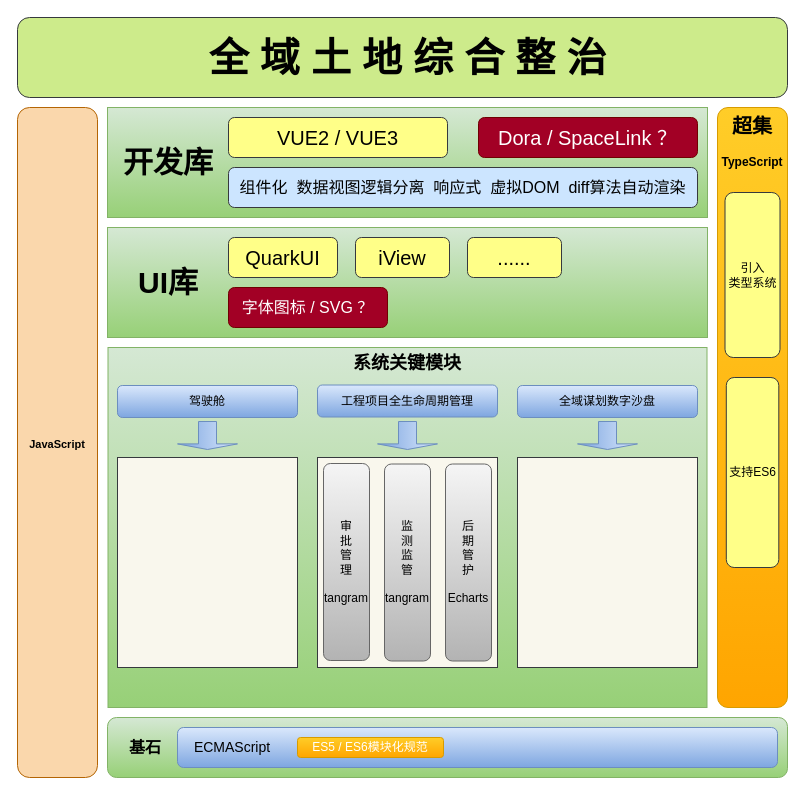
Above: page "前端架构图" (1 of 2) of 未命名绘图.drawio in wkb488/test (draw.io), before the change. Source tidied: cells renumbered, new cells numbered last; positions are measured from the earlier drawing's top-left corner, leaving out a move shared by most shapes. Both pictures are drawn from the tidied source at 100%, with x=0, y=0 at pixel (17, 17).
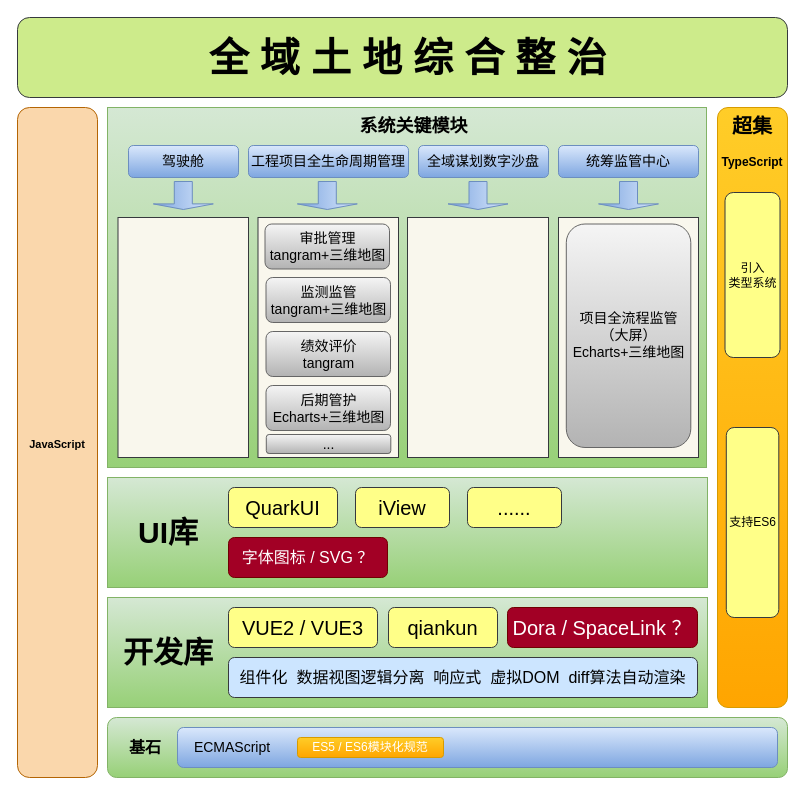
The same diagram, later.

Commit message:
更新未命名绘图.drawio

Diff of the diagram source:
```diff
@@
     <mxCell id="7" value="支持ES6" style="rounded=1;whiteSpace=wrap;html=1;fillColor=#ffff88;strokeColor=#36393d;" parent="1" vertex="1">
-      <mxGeometry x="708.8" y="360" width="52.5" height="190" as="geometry" />
+      <mxGeometry x="708.8" y="410" width="52.5" height="190" as="geometry" />
     </mxCell>
@@
     <mxCell id="14" style="group;" parent="1" vertex="1">
-      <mxGeometry x="90.5" y="330" width="599" height="360" as="geometry" />
+      <mxGeometry x="91" y="90" width="599" height="360" as="geometry" />
     </mxCell>
     <mxCell id="15" style="rounded=0;whiteSpace=wrap;html=1;fillColor=#d5e8d4;strokeColor=#82b366;gradientColor=#97d077;" parent="14" vertex="1">
-      <mxGeometry width="599" height="360" as="geometry" />
+      <mxGeometry x="-1" width="599" height="360" as="geometry" />
     </mxCell>
-    <mxCell id="16" value="&lt;h2&gt;系统关键模块&lt;/h2&gt;" style="rounded=1;whiteSpace=wrap;html=1;strokeColor=none;fillColor=none;" parent="14" vertex="1">
-      <mxGeometry x="244.5" y="0.5" width="110" height="30" as="geometry" />
+    <mxCell id="16" value="&lt;h2&gt;系统关键模块&amp;nbsp;&lt;/h2&gt;" style="rounded=1;whiteSpace=wrap;html=1;strokeColor=none;fillColor=none;" parent="14" vertex="1">
+      <mxGeometry x="133" y="4" width="350" height="30" as="geometry" />
     </mxCell>
-    <mxCell id="17" value="驾驶舱" style="rounded=1;whiteSpace=wrap;html=1;fillColor=#dae8fc;gradientColor=#7ea6e0;strokeColor=#6c8ebf;" parent="14" vertex="1">
-      <mxGeometry x="9.5" y="38" width="180" height="32" as="geometry" />
+    <mxCell id="17" value="&lt;font style=&quot;font-size: 14px;&quot;&gt;驾驶舱&lt;/font&gt;" style="rounded=1;whiteSpace=wrap;html=1;fillColor=#dae8fc;gradientColor=#7ea6e0;strokeColor=#6c8ebf;" parent="14" vertex="1">
+      <mxGeometry x="20" y="38" width="110" height="32" as="geometry" />
     </mxCell>
-    <mxCell id="18" value="工程项目全生命周期管理" style="rounded=1;whiteSpace=wrap;html=1;fillColor=#dae8fc;gradientColor=#7ea6e0;strokeColor=#6c8ebf;" parent="14" vertex="1">
-      <mxGeometry x="209.5" y="37.5" width="180" height="32" as="geometry" />
+    <mxCell id="18" value="&lt;font style=&quot;font-size: 14px;&quot;&gt;工程项目全生命周期管理&lt;/font&gt;" style="rounded=1;whiteSpace=wrap;html=1;fillColor=#dae8fc;gradientColor=#7ea6e0;strokeColor=#6c8ebf;" parent="14" vertex="1">
+      <mxGeometry x="140" y="38" width="160" height="32" as="geometry" />
     </mxCell>
-    <mxCell id="19" value="全域谋划数字沙盘" style="rounded=1;whiteSpace=wrap;html=1;fillColor=#dae8fc;gradientColor=#7ea6e0;strokeColor=#6c8ebf;" parent="14" vertex="1">
-      <mxGeometry x="409.5" y="38" width="180" height="32" as="geometry" />
+    <mxCell id="19" value="&lt;font style=&quot;font-size: 14px;&quot;&gt;全域谋划数字沙盘&lt;/font&gt;" style="rounded=1;whiteSpace=wrap;html=1;fillColor=#dae8fc;gradientColor=#7ea6e0;strokeColor=#6c8ebf;" parent="14" vertex="1">
+      <mxGeometry x="310" y="38" width="130" height="32" as="geometry" />
     </mxCell>
     <mxCell id="20" style="shape=singleArrow;direction=south;whiteSpace=wrap;html=1;fillColor=#dae8fc;gradientColor=#7ea6e0;strokeColor=#6c8ebf;" parent="14" vertex="1">
-      <mxGeometry x="69.5" y="74" width="60" height="28" as="geometry" />
+      <mxGeometry x="44.8" y="74" width="60" height="28" as="geometry" />
     </mxCell>
     <mxCell id="21" style="shape=singleArrow;direction=south;whiteSpace=wrap;html=1;fillColor=#dae8fc;gradientColor=#7ea6e0;strokeColor=#6c8ebf;" parent="14" vertex="1">
-      <mxGeometry x="269.5" y="74" width="60" height="28" as="geometry" />
+      <mxGeometry x="188.8" y="74" width="60" height="28" as="geometry" />
     </mxCell>
     <mxCell id="22" style="shape=singleArrow;direction=south;whiteSpace=wrap;html=1;fillColor=#dae8fc;gradientColor=#7ea6e0;strokeColor=#6c8ebf;" parent="14" vertex="1">
-      <mxGeometry x="469.5" y="74" width="60" height="28" as="geometry" />
+      <mxGeometry x="339.5" y="74" width="60" height="28" as="geometry" />
     </mxCell>
     <mxCell id="23" style="rounded=0;whiteSpace=wrap;html=1;fillColor=#f9f7ed;strokeColor=#36393d;" parent="14" vertex="1">
-      <mxGeometry x="9.5" y="110" width="180" height="210" as="geometry" />
+      <mxGeometry x="9.5" y="110" width="130.5" height="240" as="geometry" />
     </mxCell>
-    <mxCell id="24" style="rounded=0;whiteSpace=wrap;html=1;fillColor=#f9f7ed;strokeColor=#36393d;" parent="14" vertex="1">
-      <mxGeometry x="209.5" y="110" width="180" height="210" as="geometry" />
-    </mxCell>
     <mxCell id="25" style="rounded=0;whiteSpace=wrap;html=1;fillColor=#f9f7ed;strokeColor=#36393d;" parent="14" vertex="1">
-      <mxGeometry x="409.5" y="110" width="180" height="210" as="geometry" />
+      <mxGeometry x="299" y="110" width="141" height="240" as="geometry" />
     </mxCell>
+    <mxCell id="42" style="rounded=0;whiteSpace=wrap;html=1;fillColor=#f9f7ed;strokeColor=#36393d;" parent="14" vertex="1">
+      <mxGeometry x="149.5" y="110" width="140.5" height="240" as="geometry" />
+    </mxCell>
+    <mxCell id="43" value="&lt;font style=&quot;font-size: 14px;&quot;&gt;监测监管&lt;br&gt;tangram+三维地图&lt;/font&gt;" style="rounded=1;whiteSpace=wrap;html=1;fillColor=#f5f5f5;gradientColor=#b3b3b3;strokeColor=#666666;" parent="14" vertex="1">
+      <mxGeometry x="157.5" y="170" width="124.5" height="45" as="geometry" />
+    </mxCell>
-    <mxCell id="26" value="审&lt;br&gt;批&lt;br&gt;管&lt;br&gt;理&lt;br&gt;&lt;br&gt;tangram&lt;br&gt;" style="rounded=1;whiteSpace=wrap;html=1;fillColor=#f5f5f5;gradientColor=#b3b3b3;strokeColor=#666666;" parent="14" vertex="1">
-      <mxGeometry x="215.5" y="116" width="46" height="197" as="geometry" />
+    <mxCell id="26" value="&lt;font style=&quot;font-size: 14px;&quot;&gt;审批管理&lt;br&gt;tangram+三维地图&lt;/font&gt;" style="rounded=1;whiteSpace=wrap;html=1;fillColor=#f5f5f5;gradientColor=#b3b3b3;strokeColor=#666666;" parent="14" vertex="1">
+      <mxGeometry x="156.5" y="116.5" width="124.5" height="45" as="geometry" />
     </mxCell>
-    <mxCell id="27" value="监&lt;br&gt;测&lt;br&gt;监&lt;br&gt;管&lt;br&gt;&lt;br&gt;tangram" style="rounded=1;whiteSpace=wrap;html=1;fillColor=#f5f5f5;gradientColor=#b3b3b3;strokeColor=#666666;" parent="14" vertex="1">
-      <mxGeometry x="276.5" y="116.5" width="46" height="197" as="geometry" />
-    </mxCell>
-    <mxCell id="28" value="后&lt;br&gt;期&lt;br&gt;管&lt;br&gt;护&lt;br&gt;&lt;br&gt;Echarts&lt;br&gt;" style="rounded=1;whiteSpace=wrap;html=1;fillColor=#f5f5f5;gradientColor=#b3b3b3;strokeColor=#666666;" parent="14" vertex="1">
-      <mxGeometry x="337.5" y="116.5" width="46" height="197" as="geometry" />
-    </mxCell>
+    <mxCell id="44" value="&lt;font style=&quot;font-size: 14px;&quot;&gt;后期管护&lt;br&gt;Echarts+三维地图&lt;/font&gt;" style="rounded=1;whiteSpace=wrap;html=1;fillColor=#f5f5f5;gradientColor=#b3b3b3;strokeColor=#666666;" parent="14" vertex="1">
+      <mxGeometry x="157.5" y="278" width="124.5" height="45" as="geometry" />
+    </mxCell>
+    <mxCell id="45" value="&lt;font style=&quot;font-size: 14px;&quot;&gt;绩效评价&lt;br&gt;tangram&lt;/font&gt;" style="rounded=1;whiteSpace=wrap;html=1;fillColor=#f5f5f5;gradientColor=#b3b3b3;strokeColor=#666666;" parent="14" vertex="1">
+      <mxGeometry x="157.5" y="224" width="124.5" height="45" as="geometry" />
+    </mxCell>
+    <mxCell id="46" value="&lt;font style=&quot;font-size: 14px;&quot;&gt;统筹监管中心&lt;/font&gt;" style="rounded=1;whiteSpace=wrap;html=1;fillColor=#dae8fc;gradientColor=#7ea6e0;strokeColor=#6c8ebf;" parent="14" vertex="1">
+      <mxGeometry x="450" y="38" width="140" height="32" as="geometry" />
+    </mxCell>
+    <mxCell id="47" style="shape=singleArrow;direction=south;whiteSpace=wrap;html=1;fillColor=#dae8fc;gradientColor=#7ea6e0;strokeColor=#6c8ebf;" parent="14" vertex="1">
+      <mxGeometry x="490" y="74" width="60" height="28" as="geometry" />
+    </mxCell>
+    <mxCell id="48" style="rounded=0;whiteSpace=wrap;html=1;fillColor=#f9f7ed;strokeColor=#36393d;" parent="14" vertex="1">
+      <mxGeometry x="450" y="110" width="140" height="240" as="geometry" />
+    </mxCell>
+    <mxCell id="49" value="&lt;font style=&quot;font-size: 14px;&quot;&gt;项目全流程监管&lt;br&gt;（大屏）&lt;br&gt;Echarts+三维地图&lt;br&gt;&lt;/font&gt;" style="rounded=1;whiteSpace=wrap;html=1;fillColor=#f5f5f5;gradientColor=#b3b3b3;strokeColor=#666666;" parent="14" vertex="1">
+      <mxGeometry x="457.8" y="116.5" width="124.5" height="223.5" as="geometry" />
+    </mxCell>
+    <mxCell id="50" value="&lt;span style=&quot;font-size: 14px;&quot;&gt;...&lt;/span&gt;" style="rounded=1;whiteSpace=wrap;html=1;fillColor=#f5f5f5;gradientColor=#b3b3b3;strokeColor=#666666;" parent="14" vertex="1">
+      <mxGeometry x="157.8" y="327" width="124.5" height="19" as="geometry" />
+    </mxCell>
     <mxCell id="29" style="group;fillColor=#a20025;fontColor=#ffffff;strokeColor=#6F0000;" parent="1" vertex="1">
-      <mxGeometry x="90" y="90" width="600" height="110" as="geometry" />
+      <mxGeometry x="90" y="580" width="600" height="110" as="geometry" />
     </mxCell>
@@
     <mxCell id="32" value="&lt;font style=&quot;font-size: 20px;&quot;&gt;VUE2 / VUE3&lt;/font&gt;" style="rounded=1;whiteSpace=wrap;html=1;fillColor=#ffff88;strokeColor=#36393d;" parent="29" vertex="1">
-      <mxGeometry x="121" y="10" width="219" height="40" as="geometry" />
+      <mxGeometry x="121" y="10" width="149" height="40" as="geometry" />
     </mxCell>
@@
     <mxCell id="34" value="&lt;font style=&quot;font-size: 20px;&quot;&gt;Dora / SpaceLink ？&lt;/font&gt;" style="rounded=1;whiteSpace=wrap;html=1;fillColor=#a20025;strokeColor=#6F0000;fontColor=#ffffff;" parent="29" vertex="1">
-      <mxGeometry x="371" y="10" width="219" height="40" as="geometry" />
+      <mxGeometry x="400" y="10" width="190" height="40" as="geometry" />
     </mxCell>
+    <mxCell id="51" value="&lt;font style=&quot;font-size: 20px;&quot;&gt;qiankun&lt;/font&gt;" style="rounded=1;whiteSpace=wrap;html=1;fillColor=#ffff88;strokeColor=#36393d;" parent="29" vertex="1">
+      <mxGeometry x="281" y="10" width="109" height="40" as="geometry" />
+    </mxCell>
     <mxCell id="35" style="group;fillColor=#f8cecc;strokeColor=#b85450;" parent="1" vertex="1">
-      <mxGeometry x="90" y="210" width="600" height="110" as="geometry" />
+      <mxGeometry x="90" y="460" width="600" height="110" as="geometry" />
     </mxCell>
```
